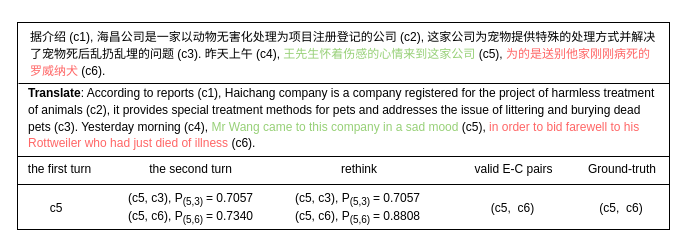
Earlier version of the draw.io diagram case.drawio (zhoucz97/paper_figure). Source tidied: cells renumbered, new cells numbered last; positions are measured from the earlier drawing's top-left corner, leaving out a move shared by most shapes. Both pictures are drawn from the tidied source at 100%, with x=0, y=0 at pixel (17, 22).
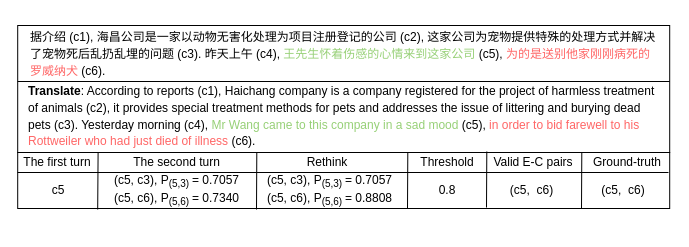
The same page after the edit.

What changed in the source:
```diff
@@
     <mxCell id="2" style="rounded=0;whiteSpace=wrap;html=1;shadow=0;glass=0;sketch=0;strokeWidth=1;gradientColor=#FFFFFF;fillColor=none;" parent="1" vertex="1">
-      <mxGeometry width="652" height="134" as="geometry" />
+      <mxGeometry x="0.2" y="3" width="652" height="127" as="geometry" />
     </mxCell>
     <mxCell id="3" value="&lt;p style=&quot;line-height: 140%&quot;&gt;据介绍 (c1), 海昌公司是一家以动物无害化处理为项目注册登记的公司 (c2), 这家公司为宠物提供特殊的处理方式并解决了宠物死后乱扔乱埋的问题 (c3). 昨天上午 (c4), &lt;font color=&quot;#97d077&quot;&gt;王先生怀着伤感的心情来到这家公司&lt;/font&gt; (c5), &lt;font color=&quot;#ff6666&quot;&gt;为的是送别他家刚刚病死的罗威纳犬&lt;/font&gt; (c6).&lt;/p&gt;" style="text;html=1;align=left;verticalAlign=middle;whiteSpace=wrap;rounded=0;glass=0;shadow=0;sketch=0;perimeterSpacing=0;strokeWidth=0;fillColor=#ffffff;gradientColor=#FFFFFF;" parent="1" vertex="1">
-      <mxGeometry x="11" y="3" width="630" height="58" as="geometry" />
+      <mxGeometry x="11" y="6" width="630" height="51" as="geometry" />
     </mxCell>
     <mxCell id="4" value="&lt;p style=&quot;line-height: 140%&quot;&gt;&lt;b&gt;Translate&lt;/b&gt;: According to reports (c1), Haichang company is a company registered for the project of harmless treatment of animals (c2), it provides special treatment methods for pets and addresses the issue of littering and burying dead pets (c3). Yesterday morning (c4), &lt;font color=&quot;#97d077&quot;&gt;Mr Wang came to this company in a sad mood&lt;/font&gt; (c5), &lt;font color=&quot;#ff6666&quot;&gt;in order to bid farewell to his Rottweiler who had just died of illness&lt;/font&gt; (c6).&lt;/p&gt;" style="text;html=1;fillColor=none;align=left;verticalAlign=middle;whiteSpace=wrap;rounded=0;strokeWidth=0;" parent="1" vertex="1">
-      <mxGeometry x="8.8" y="61" width="630" height="70" as="geometry" />
+      <mxGeometry x="9" y="59" width="630" height="70" as="geometry" />
     </mxCell>
     <mxCell id="5" style="endArrow=none;html=1;strokeWidth=1;" parent="1" edge="1">
       <mxGeometry relative="1" as="geometry">
-        <mxPoint x="1" y="61" as="sourcePoint" />
-        <mxPoint x="652" y="61" as="targetPoint" />
+        <mxPoint x="0.2" y="59" as="sourcePoint" />
+        <mxPoint x="652.2" y="59" as="targetPoint" />
       </mxGeometry>
     </mxCell>
     <mxCell id="6" value="Ground-truth" style="text;html=1;strokeColor=none;fillColor=none;align=center;verticalAlign=middle;whiteSpace=wrap;rounded=0;shadow=0;glass=0;sketch=0;" parent="1" vertex="1">
-      <mxGeometry x="563.8" y="137" width="82" height="20" as="geometry" />
+      <mxGeometry x="568.5" y="130" width="82" height="20" as="geometry" />
     </mxCell>
-    <mxCell id="7" value="&lt;font style=&quot;font-size: 12px&quot;&gt;the first turn&lt;/font&gt;" style="text;html=1;strokeColor=none;fillColor=none;align=center;verticalAlign=middle;whiteSpace=wrap;rounded=0;shadow=0;glass=0;sketch=0;" parent="1" vertex="1">
-      <mxGeometry x="7.8" y="137" width="69" height="20" as="geometry" />
+    <mxCell id="7" value="&lt;font style=&quot;font-size: 12px&quot;&gt;The first turn&lt;/font&gt;" style="text;html=1;strokeColor=none;fillColor=none;align=center;verticalAlign=middle;whiteSpace=wrap;rounded=0;shadow=0;glass=0;sketch=0;" parent="1" vertex="1">
+      <mxGeometry x="4.4" y="130" width="72.2" height="20" as="geometry" />
     </mxCell>
-    <mxCell id="8" value="the second turn" style="text;html=1;strokeColor=none;fillColor=none;align=center;verticalAlign=middle;whiteSpace=wrap;rounded=0;shadow=0;glass=0;sketch=0;" parent="1" vertex="1">
-      <mxGeometry x="124" y="137" width="99" height="20" as="geometry" />
+    <mxCell id="8" value="The second turn" style="text;html=1;strokeColor=none;fillColor=none;align=center;verticalAlign=middle;whiteSpace=wrap;rounded=0;shadow=0;glass=0;sketch=0;" parent="1" vertex="1">
+      <mxGeometry x="110" y="130" width="99" height="20" as="geometry" />
     </mxCell>
-    <mxCell id="9" value="rethink" style="text;html=1;strokeColor=none;fillColor=none;align=center;verticalAlign=middle;whiteSpace=wrap;rounded=0;shadow=0;glass=0;sketch=0;" parent="1" vertex="1">
-      <mxGeometry x="301.5" y="137" width="80" height="20" as="geometry" />
+    <mxCell id="9" value="Rethink" style="text;html=1;strokeColor=none;fillColor=none;align=center;verticalAlign=middle;whiteSpace=wrap;rounded=0;shadow=0;glass=0;sketch=0;" parent="1" vertex="1">
+      <mxGeometry x="270" y="130" width="80" height="20" as="geometry" />
     </mxCell>
-    <mxCell id="10" value="valid E-C pairs" style="text;html=1;strokeColor=none;fillColor=none;align=center;verticalAlign=middle;whiteSpace=wrap;rounded=0;shadow=0;glass=0;sketch=0;" parent="1" vertex="1">
-      <mxGeometry x="436" y="137" width="121" height="20" as="geometry" />
+    <mxCell id="10" value="Valid E-C pairs" style="text;html=1;strokeColor=none;fillColor=none;align=center;verticalAlign=middle;whiteSpace=wrap;rounded=0;shadow=0;glass=0;sketch=0;" parent="1" vertex="1">
+      <mxGeometry x="470" y="130" width="92" height="20" as="geometry" />
     </mxCell>
     <mxCell id="11" value="(c5,&amp;nbsp; c6)" style="text;html=1;strokeColor=none;fillColor=none;align=center;verticalAlign=middle;whiteSpace=wrap;rounded=0;shadow=0;glass=0;sketch=0;" parent="1" vertex="1">
-      <mxGeometry x="566.8" y="176" width="74" height="20" as="geometry" />
+      <mxGeometry x="568.5" y="158" width="74" height="20" as="geometry" />
     </mxCell>
     <mxCell id="12" value="c5" style="text;html=1;strokeColor=none;fillColor=none;align=center;verticalAlign=middle;whiteSpace=wrap;rounded=0;shadow=0;glass=0;sketch=0;" parent="1" vertex="1">
-      <mxGeometry x="3.8" y="176" width="70" height="20" as="geometry" />
+      <mxGeometry x="5.5" y="158" width="70" height="20" as="geometry" />
     </mxCell>
     <mxCell id="13" value="(c5, c3), P&lt;sub&gt;(5,3) &lt;/sub&gt;= 0.7057&lt;br&gt;(c5, c6), P&lt;sub&gt;(5,6) &lt;/sub&gt;= 0.7340" style="text;html=1;strokeColor=none;fillColor=none;align=center;verticalAlign=middle;whiteSpace=wrap;rounded=0;shadow=0;glass=0;sketch=0;" parent="1" vertex="1">
-      <mxGeometry x="101" y="168" width="145" height="36" as="geometry" />
+      <mxGeometry x="87" y="150" width="145" height="36" as="geometry" />
     </mxCell>
     <mxCell id="14" value="(c5, c3), P&lt;sub&gt;(5,3) &lt;/sub&gt;= 0.7057&lt;br&gt;(c5, c6), P&lt;sub&gt;(5,6) &lt;/sub&gt;= 0.8808" style="text;html=1;strokeColor=none;fillColor=none;align=center;verticalAlign=middle;whiteSpace=wrap;rounded=0;shadow=0;glass=0;sketch=0;" parent="1" vertex="1">
-      <mxGeometry x="268" y="168" width="145" height="36" as="geometry" />
+      <mxGeometry x="240" y="150" width="145" height="36" as="geometry" />
     </mxCell>
     <mxCell id="15" value="(c5,&amp;nbsp; c6)" style="text;html=1;strokeColor=none;fillColor=none;align=center;verticalAlign=middle;whiteSpace=wrap;rounded=0;shadow=0;glass=0;sketch=0;" parent="1" vertex="1">
-      <mxGeometry x="450.5" y="176" width="89.2" height="20" as="geometry" />
+      <mxGeometry x="470" y="158" width="89.2" height="20" as="geometry" />
     </mxCell>
+    <mxCell id="18" style="endArrow=none;html=1;strokeWidth=1;entryX=0.137;entryY=0.013;entryDx=0;entryDy=0;entryPerimeter=0;" parent="1" edge="1">
+      <mxGeometry relative="1" as="geometry">
+        <mxPoint x="239" y="187" as="sourcePoint" />
+        <mxPoint x="239.3" y="130" as="targetPoint" />
+      </mxGeometry>
+    </mxCell>
+    <mxCell id="19" style="endArrow=none;html=1;strokeWidth=1;entryX=0.137;entryY=0.013;entryDx=0;entryDy=0;entryPerimeter=0;" parent="1" edge="1">
+      <mxGeometry relative="1" as="geometry">
+        <mxPoint x="390" y="186" as="sourcePoint" />
+        <mxPoint x="390.3" y="130" as="targetPoint" />
+      </mxGeometry>
+    </mxCell>
+    <mxCell id="20" style="endArrow=none;html=1;strokeWidth=1;entryX=0.137;entryY=0.013;entryDx=0;entryDy=0;entryPerimeter=0;" parent="1" edge="1">
+      <mxGeometry relative="1" as="geometry">
+        <mxPoint x="564" y="186" as="sourcePoint" />
+        <mxPoint x="564.3" y="130" as="targetPoint" />
+      </mxGeometry>
+    </mxCell>
+    <mxCell id="21" style="endArrow=none;html=1;strokeWidth=1;startArrow=none;" parent="1" edge="1" source="16">
+      <mxGeometry relative="1" as="geometry">
+        <mxPoint x="652.2" y="149.2" as="targetPoint" />
+      </mxGeometry>
+    </mxCell>
+    <mxCell id="22" value="Threshold" style="text;html=1;strokeColor=none;fillColor=none;align=center;verticalAlign=middle;whiteSpace=wrap;rounded=0;shadow=0;glass=0;sketch=0;" parent="1" vertex="1">
+      <mxGeometry x="403" y="130" width="54" height="20" as="geometry" />
+    </mxCell>
+    <mxCell id="23" style="endArrow=none;html=1;strokeWidth=1;entryX=0.137;entryY=0.013;entryDx=0;entryDy=0;entryPerimeter=0;" parent="1" edge="1">
+      <mxGeometry relative="1" as="geometry">
+        <mxPoint x="469" y="185" as="sourcePoint" />
+        <mxPoint x="469.3" y="129" as="targetPoint" />
+      </mxGeometry>
+    </mxCell>
+    <mxCell id="24" value="0.8" style="text;html=1;strokeColor=none;fillColor=none;align=center;verticalAlign=middle;whiteSpace=wrap;rounded=0;shadow=0;glass=0;sketch=0;" parent="1" vertex="1">
+      <mxGeometry x="410" y="158" width="40" height="20" as="geometry" />
+    </mxCell>
+    <mxCell id="25" style="endArrow=none;html=1;strokeWidth=1;entryX=0.137;entryY=0.013;entryDx=0;entryDy=0;entryPerimeter=0;" parent="1" edge="1">
+      <mxGeometry relative="1" as="geometry">
+        <mxPoint x="80.2" y="187" as="sourcePoint" />
+        <mxPoint x="80.6" y="130" as="targetPoint" />
+      </mxGeometry>
+    </mxCell>
     <mxCell id="16" style="rounded=0;whiteSpace=wrap;html=1;shadow=0;glass=0;sketch=0;strokeColor=#000000;strokeWidth=1;fillColor=none;gradientColor=#FFFFFF;" parent="1" vertex="1">
-      <mxGeometry y="134" width="652" height="73" as="geometry" />
+      <mxGeometry x="0.2" y="130" width="652" height="56" as="geometry" />
     </mxCell>
-    <mxCell id="17" style="endArrow=none;html=1;" parent="1" edge="1">
-      <mxGeometry relative="1" as="geometry">
-        <mxPoint y="162" as="sourcePoint" />
-        <mxPoint x="652" y="162" as="targetPoint" />
-      </mxGeometry>
-    </mxCell>
+    <mxCell id="26" style="endArrow=none;html=1;strokeWidth=1;" parent="1" edge="1" target="16">
+      <mxGeometry relative="1" as="geometry">
+        <mxPoint x="0.2" y="149.2" as="sourcePoint" />
+      </mxGeometry>
+    </mxCell>
+    <mxCell id="27" style="endArrow=none;html=1;strokeWidth=1;" parent="1" edge="1">
+      <mxGeometry relative="1" as="geometry">
+        <mxPoint y="150" as="sourcePoint" />
+        <mxPoint x="651" y="150" as="targetPoint" />
+      </mxGeometry>
+    </mxCell>
```
